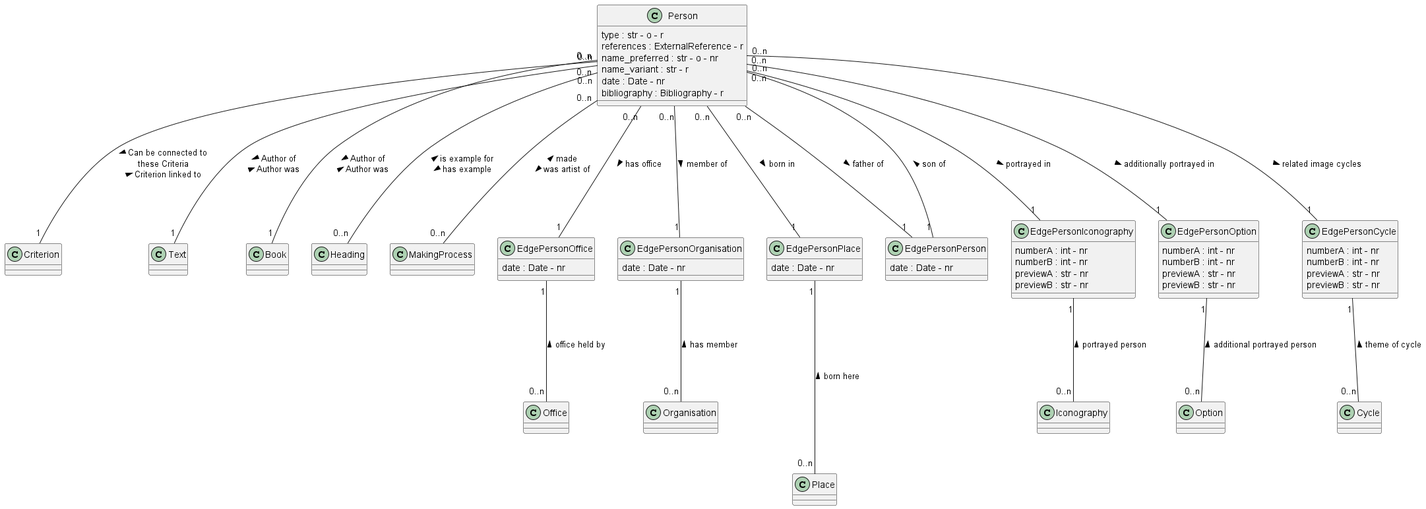
tmasch/bpf_be keeps this PlantUML diagram as documentation/class_diagrams/Person.png. Above is the earlier version. The source it was exported from:
```plantuml
@startuml
class Person
Person : type : str - o - r
Person : references : ExternalReference - r
Person : name_preferred : str - o - nr
Person : name_variant : str - r
Person : date : Date - nr
Person : bibliography : Bibliography - r


class Person

class Office

class Organisation

class Place

class Iconography

class Option

class Criterion

class Cycle

class Text

class Book

class Heading

class MakingProcess

class EdgePersonPerson
EdgePersonPerson : date : Date - nr

class EdgePersonOffice
EdgePersonOffice : date : Date - nr

class EdgePersonOrganisation
EdgePersonOrganisation : date : Date - nr

class EdgePersonPlace
EdgePersonPlace : date : Date - nr

class EdgePersonIconography
EdgePersonIconography : numberA : int - nr
EdgePersonIconography : numberB : int - nr
EdgePersonIconography : previewA : str - nr
EdgePersonIconography : previewB : str - nr

class EdgePersonOption
EdgePersonOption : numberA : int - nr
EdgePersonOption : numberB : int - nr
EdgePersonOption : previewA : str - nr
EdgePersonOption : previewB : str - nr

class EdgePersonCycle
EdgePersonCycle : numberA : int - nr
EdgePersonCycle : numberB : int - nr
EdgePersonCycle : previewA : str - nr
EdgePersonCycle : previewB : str - nr

Person "0..n" --- "1" EdgePersonPerson : father of >
EdgePersonPerson "1" --- "0..n" Person : son of >

Person "0..n" --- "1" EdgePersonOffice : has office >
EdgePersonOffice "1" --- "0..n" Office : office held by <

Person "0..n" --- "1" EdgePersonOrganisation : member of >
EdgePersonOrganisation "1" --- "0..n" Organisation : has member <

Person "0..n" --- "1" EdgePersonPlace : born in >
EdgePersonPlace "1" ---- "0..n" Place : born here <

Person "0..n" --- "1" EdgePersonIconography : portrayed in >
EdgePersonIconography "1" --- "0..n" Iconography : portrayed person <

Person "0..n" --- "1" EdgePersonOption : additionally portrayed in >
EdgePersonOption "1" --- "0..n" Option : additional portrayed person <

Person "0..n" --- "1" Criterion : > Can be connected to \n these Criteria \n Criterion linked to <

Person "0..n" --- "1" EdgePersonCycle : related image cycles >
EdgePersonCycle "1" --- "0..n" Cycle : theme of cycle <

Person "0..n" --- "1" Text : > Author of \n Author was <

Person "0..n" --- "1" Book : > Author of \n Author was <

Person "0..n" --- "0..n" Heading : < is example for \n has example >

Person "0..n" --- "0..n" MakingProcess : < made \n was artist of >

@enduml
```
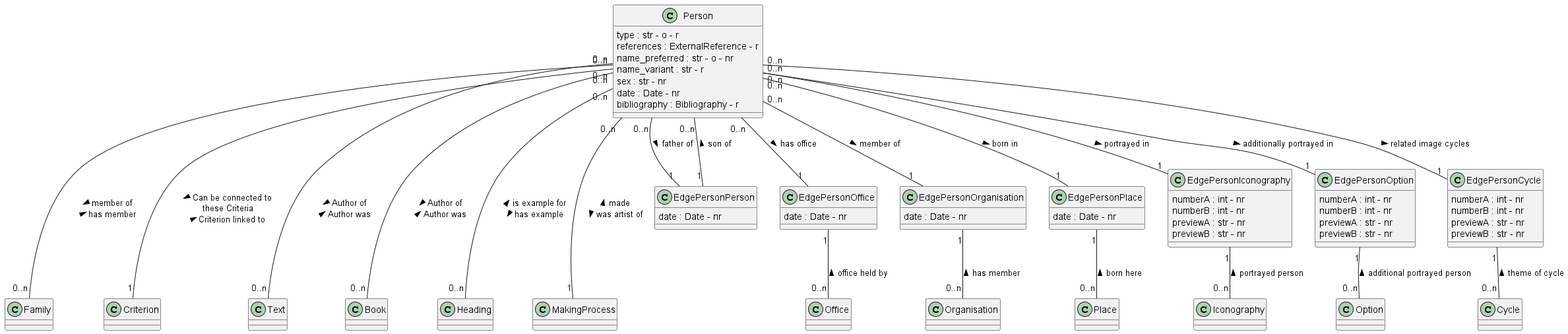
After the change.

Commit message:
class Person and comments on it updated.

Diff of the diagram source:
```diff
@@ -4,11 +4,14 @@
 Person : references : ExternalReference - r
 Person : name_preferred : str - o - nr
 Person : name_variant : str - r
+Person : sex : str - nr
 Person : date : Date - nr
 Person : bibliography : Bibliography - r
 
 
 class Person
+
+class Family
 
 class Office
 
@@ -62,35 +65,37 @@
 EdgePersonCycle : previewA : str - nr
 EdgePersonCycle : previewB : str - nr
 
-Person "0..n" --- "1" EdgePersonPerson : father of >
-EdgePersonPerson "1" --- "0..n" Person : son of >
+Person "0..n" -- "1" EdgePersonPerson : father of >
+EdgePersonPerson "1" -- "0..n" Person : son of >
 
-Person "0..n" --- "1" EdgePersonOffice : has office >
-EdgePersonOffice "1" --- "0..n" Office : office held by <
+Person "0..n" --- "0..n" Family : > member of \n has member <
 
-Person "0..n" --- "1" EdgePersonOrganisation : member of >
-EdgePersonOrganisation "1" --- "0..n" Organisation : has member <
+Person "0..n" -- "1" EdgePersonOffice : has office >
+EdgePersonOffice "1" -- "0..n" Office : office held by <
 
-Person "0..n" --- "1" EdgePersonPlace : born in >
-EdgePersonPlace "1" ---- "0..n" Place : born here <
+Person "0..n" -- "1" EdgePersonOrganisation : member of >
+EdgePersonOrganisation "1" -- "0..n" Organisation : has member <
 
-Person "0..n" --- "1" EdgePersonIconography : portrayed in >
-EdgePersonIconography "1" --- "0..n" Iconography : portrayed person <
+Person "0..n" -- "1" EdgePersonPlace : born in >
+EdgePersonPlace "1" -- "0..n" Place : born here <
 
-Person "0..n" --- "1" EdgePersonOption : additionally portrayed in >
-EdgePersonOption "1" --- "0..n" Option : additional portrayed person <
+Person "0..n" -- "1" EdgePersonIconography : portrayed in >
+EdgePersonIconography "1" -- "0..n" Iconography : portrayed person <
+
+Person "0..n" -- "1" EdgePersonOption : additionally portrayed in >
+EdgePersonOption "1" -- "0..n" Option : additional portrayed person <
 
 Person "0..n" --- "1" Criterion : > Can be connected to \n these Criteria \n Criterion linked to <
 
-Person "0..n" --- "1" EdgePersonCycle : related image cycles >
-EdgePersonCycle "1" --- "0..n" Cycle : theme of cycle <
+Person "0..n" -- "1" EdgePersonCycle : related image cycles >
+EdgePersonCycle "1" -- "0..n" Cycle : theme of cycle <
 
-Person "0..n" --- "1" Text : > Author of \n Author was <
+Person "0..n" --- "0..n" Text : > Author of \n Author was <
 
-Person "0..n" --- "1" Book : > Author of \n Author was <
+Person "0..n" --- "0..n" Book : > Author of \n Author was <
 
 Person "0..n" --- "0..n" Heading : < is example for \n has example >
 
-Person "0..n" --- "0..n" MakingProcess : < made \n was artist of >
+Person "0..n" --- "1" MakingProcess : < made \n was artist of >
 
 @enduml
```
